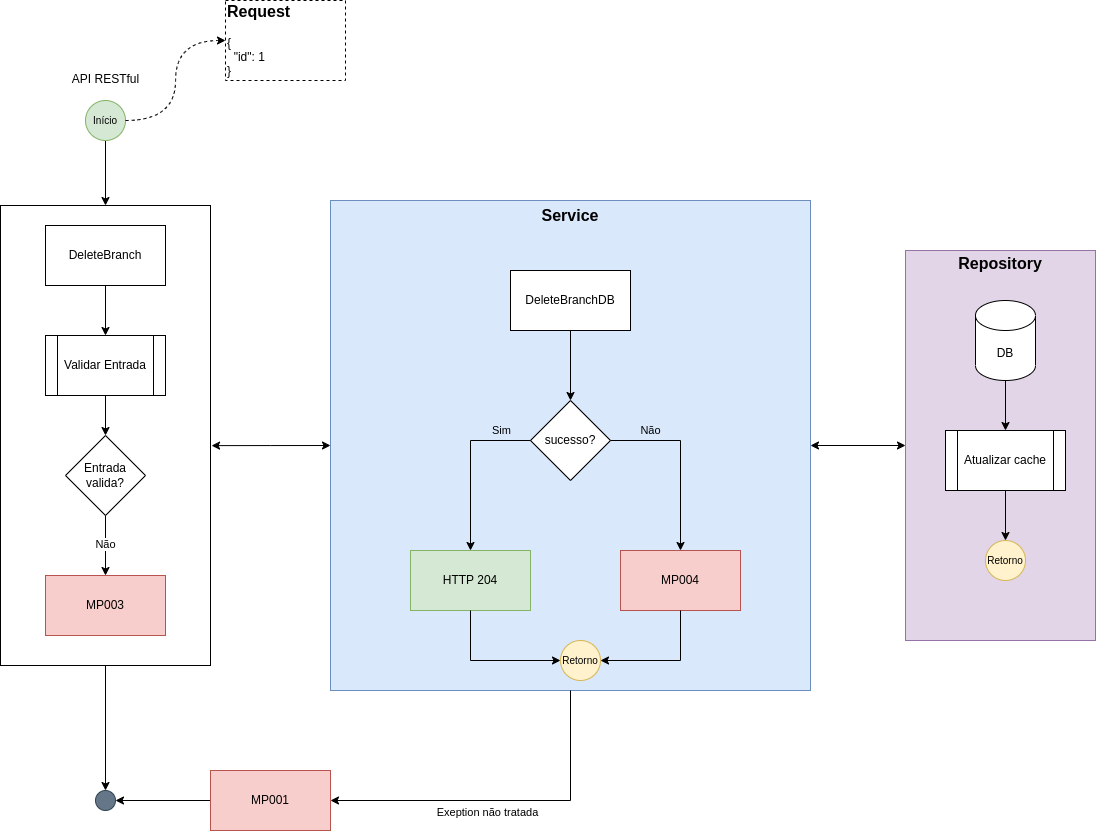
Earlier version of the draw.io export MP_estrutura_grupos_ramos-API-DeleteBranch-Fluxogram.drawio.png (eduardohv-ciandt/vsminhasprotecoes). Source tidied: cells renumbered, new cells last; positions are measured from the earlier drawing's top-left corner, leaving out a move shared by most shapes.
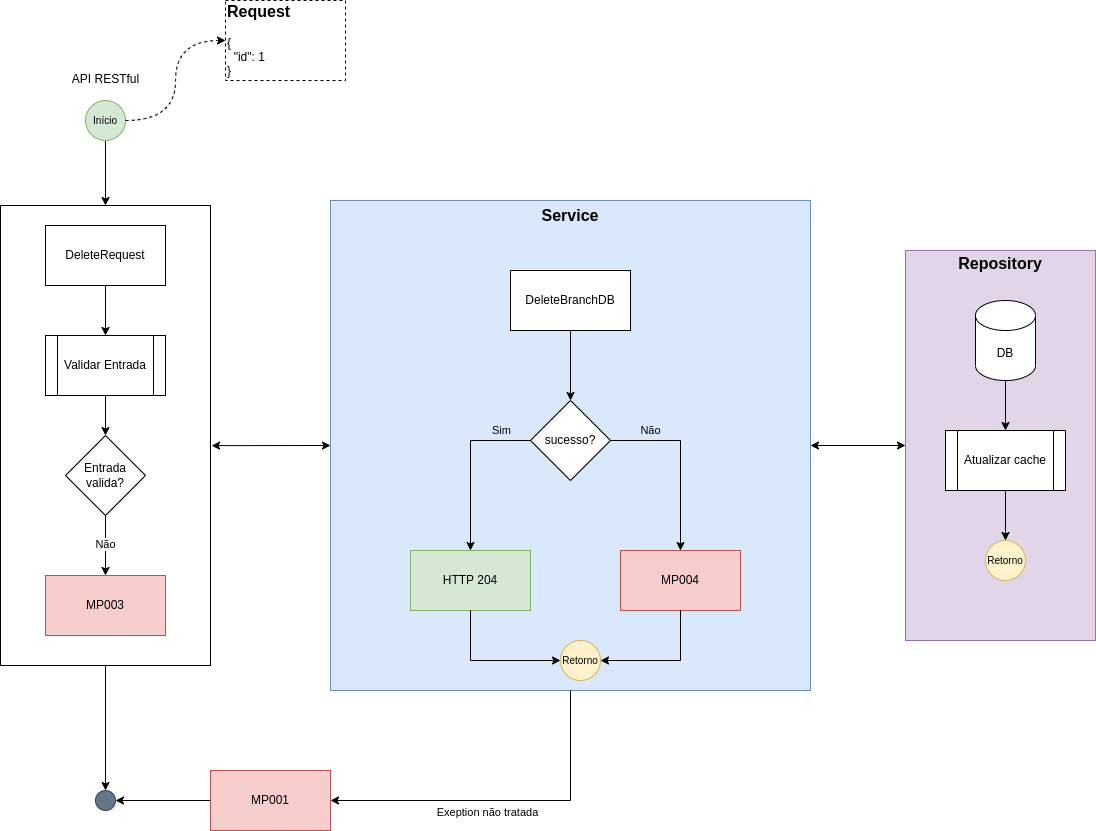
The same diagram one commit later.

What changed in the source:
```diff
@@ -85,7 +85,7 @@
     <mxCell id="28" style="rounded=0;whiteSpace=wrap;html=1;fontSize=16;" parent="27" vertex="1">
       <mxGeometry width="210" height="460" as="geometry" />
     </mxCell>
-    <mxCell id="29" value="DeleteBranch" style="rounded=0;whiteSpace=wrap;html=1;" parent="27" vertex="1">
+    <mxCell id="29" value="DeleteRequest" style="rounded=0;whiteSpace=wrap;html=1;" parent="27" vertex="1">
       <mxGeometry x="45" y="20" width="120" height="60" as="geometry" />
     </mxCell>
     <mxCell id="30" value="Validar Entrada" style="shape=process;whiteSpace=wrap;html=1;backgroundOutline=1;" parent="27" vertex="1">
```
